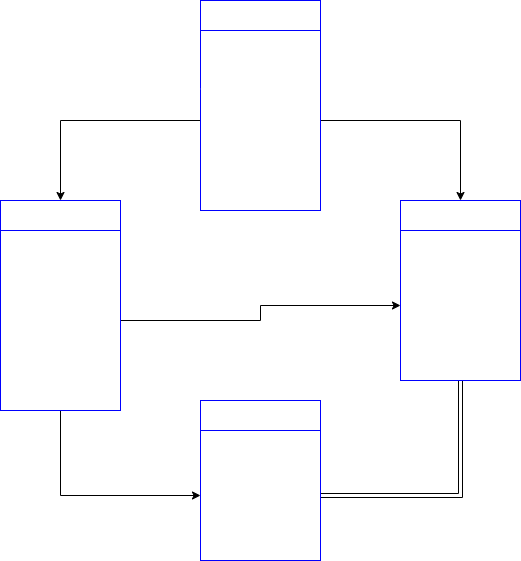
This is db.png from apple4zcm/furima-35357, a draw.io export, as it was before one commit. Source tidied: cells renumbered, new cells last; positions are measured from the earlier drawing's top-left corner, leaving out a move shared by most shapes.
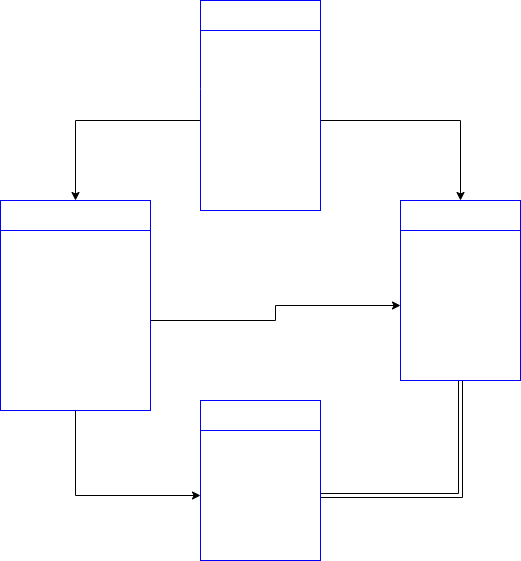
Later version of the same file.

The edit, as a diff of the source:
```diff
@@ -15,7 +15,7 @@
       <mxGeometry x="200" y="30" width="120" height="180" as="geometry" />
     </mxCell>
     <mxCell id="6" value="&lt;font size=&quot;3&quot;&gt;items&lt;/font&gt;" style="rounded=0;whiteSpace=wrap;html=1;fontColor=#FFFFFF;strokeColor=#0000FF;fillColor=none;verticalAlign=middle;" parent="1" vertex="1">
-      <mxGeometry y="200" width="120" height="30" as="geometry" />
+      <mxGeometry y="200" width="150" height="30" as="geometry" />
     </mxCell>
     <mxCell id="7" style="edgeStyle=orthogonalEdgeStyle;rounded=0;jettySize=auto;html=1;exitX=1;exitY=0.5;exitDx=0;exitDy=0;entryX=0;entryY=0.5;entryDx=0;entryDy=0;fontColor=#FFFFFF;" parent="1" edge="1" source="9" target="12">
       <mxGeometry relative="1" as="geometry" />
@@ -23,8 +23,8 @@
     <mxCell id="8" style="edgeStyle=orthogonalEdgeStyle;rounded=0;jettySize=auto;html=1;exitX=0.5;exitY=1;exitDx=0;exitDy=0;entryX=0;entryY=0.5;entryDx=0;entryDy=0;fontColor=#FFFFFF;" parent="1" edge="1" source="9" target="14">
       <mxGeometry relative="1" as="geometry" />
     </mxCell>
-    <mxCell id="9" value="&lt;font size=&quot;3&quot;&gt;user&lt;br&gt;category_id&lt;br&gt;item_information&lt;br&gt;item_name&lt;br&gt;item_location&lt;br&gt;delivery_fee_id&lt;br&gt;delivery_date_id&lt;br&gt;&lt;/font&gt;&lt;font size=&quot;3&quot;&gt;price&lt;br&gt;&lt;/font&gt;" style="rounded=0;whiteSpace=wrap;html=1;fontColor=#FFFFFF;strokeColor=#0000FF;fillColor=none;verticalAlign=middle;" parent="1" vertex="1">
-      <mxGeometry y="230" width="120" height="180" as="geometry" />
+    <mxCell id="9" value="&lt;font size=&quot;3&quot;&gt;user&lt;br&gt;category_id&lt;br&gt;item&lt;br&gt;item_name&lt;br&gt;item_prefecture_id&lt;br&gt;item_condition_id&lt;br&gt;delivery_fee_id&lt;br&gt;delivery_date_id&lt;br&gt;&lt;/font&gt;&lt;font size=&quot;3&quot;&gt;price&lt;br&gt;&lt;/font&gt;" style="rounded=0;whiteSpace=wrap;html=1;fontColor=#FFFFFF;strokeColor=#0000FF;fillColor=none;verticalAlign=middle;" parent="1" vertex="1">
+      <mxGeometry y="230" width="150" height="180" as="geometry" />
     </mxCell>
     <mxCell id="10" value="&lt;font size=&quot;3&quot;&gt;purchases&lt;/font&gt;" style="rounded=0;whiteSpace=wrap;html=1;fontColor=#FFFFFF;strokeColor=#0000FF;fillColor=none;verticalAlign=middle;" parent="1" vertex="1">
       <mxGeometry x="400" y="200" width="120" height="30" as="geometry" />
@@ -32,7 +32,7 @@
     <mxCell id="11" style="edgeStyle=orthogonalEdgeStyle;shape=link;rounded=0;jettySize=auto;html=1;exitX=0.5;exitY=1;exitDx=0;exitDy=0;entryX=1;entryY=0.5;entryDx=0;entryDy=0;fontColor=#FFFFFF;" parent="1" edge="1" source="12" target="14">
       <mxGeometry relative="1" as="geometry" />
     </mxCell>
-    <mxCell id="12" value="&lt;font size=&quot;3&quot;&gt;user_id&lt;br&gt;item_information&lt;br&gt;price&lt;br&gt;&lt;/font&gt;" style="rounded=0;whiteSpace=wrap;html=1;fontColor=#FFFFFF;strokeColor=#0000FF;fillColor=none;verticalAlign=middle;" parent="1" vertex="1">
+    <mxCell id="12" value="&lt;font size=&quot;3&quot;&gt;user&lt;br&gt;item_information&lt;br&gt;&lt;/font&gt;" style="rounded=0;whiteSpace=wrap;html=1;fontColor=#FFFFFF;strokeColor=#0000FF;fillColor=none;verticalAlign=middle;" parent="1" vertex="1">
       <mxGeometry x="400" y="230" width="120" height="150" as="geometry" />
     </mxCell>
     <mxCell id="13" value="&lt;font size=&quot;3&quot;&gt;address&lt;/font&gt;" style="rounded=0;whiteSpace=wrap;html=1;fontColor=#FFFFFF;strokeColor=#0000FF;fillColor=none;verticalAlign=middle;" parent="1" vertex="1">
```
